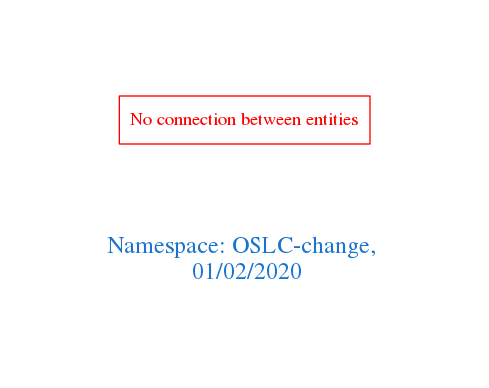
This is downloads/OSLC-change.png from arago/OGIT, a Graphviz export, as it was before one commit. Its source is kept beside it as downloads/OSLC-change.dot.
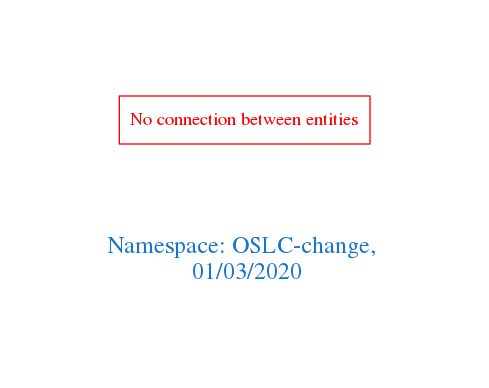
After the commit.

The edit, as a diff of the source:
```diff
@@ -1,7 +1,7 @@
 digraph OGIT_ontology {
  graph [ rankdir= LR,pad=1
 fontsize = 18,
-fontcolor= dodgerblue3,label = "\n\n\nNamespace: OSLC-change, \n 01/02/2020"];
+fontcolor= dodgerblue3,label = "\n\n\nNamespace: OSLC-change, \n 01/03/2020"];
 node[shape=polygon];
 edge [  color="gray81"];
 
```
